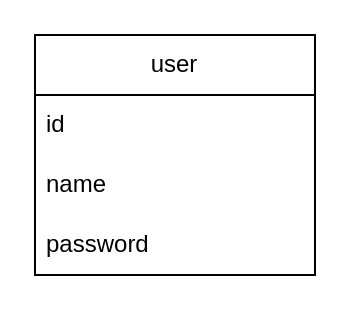
Above: drawio/db.drawio in deividasdul/ADC (draw.io), before the change. Source tidied: cells renumbered, new cells numbered last; positions are measured from the earlier drawing's top-left corner, leaving out a move shared by most shapes. Both pictures are drawn from the tidied source at 200%, with x=0, y=0 at pixel (34, 34).
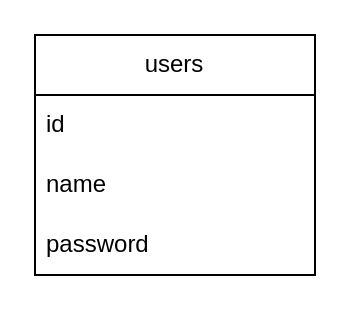
The same diagram, later.

Commit message:
test dar vienas

Diff of the diagram source:
```diff
@@
 <mxGraphModel>
   <root>
     <mxCell id="0" />
     <mxCell id="1" parent="0" />
-    <mxCell id="2" value="user" style="swimlane;fontStyle=0;horizontal=1;startSize=30;whiteSpace=wrap;html=1;" parent="1" vertex="1">
+    <mxCell id="2" value="users" style="swimlane;fontStyle=0;horizontal=1;startSize=30;whiteSpace=wrap;html=1;" parent="1" vertex="1">
       <mxGeometry width="140" height="120" as="geometry" />
     </mxCell>
     <mxCell id="3" value="id" style="text;strokeColor=none;fillColor=none;align=left;verticalAlign=middle;spacingLeft=4;spacingRight=4;overflow=hidden;whiteSpace=wrap;html=1;" parent="2" vertex="1">
       <mxGeometry y="30" width="140" height="30" as="geometry" />
     </mxCell>
     <mxCell id="4" value="name" style="text;strokeColor=none;fillColor=none;align=left;verticalAlign=middle;spacingLeft=4;spacingRight=4;overflow=hidden;whiteSpace=wrap;html=1;" parent="2" vertex="1">
       <mxGeometry y="60" width="140" height="30" as="geometry" />
     </mxCell>
     <mxCell id="5" value="password" style="text;strokeColor=none;fillColor=none;align=left;verticalAlign=middle;spacingLeft=4;spacingRight=4;overflow=hidden;whiteSpace=wrap;html=1;" parent="2" vertex="1">
       <mxGeometry y="90" width="140" height="30" as="geometry" />
     </mxCell>
   </root>
 </mxGraphModel>
```
